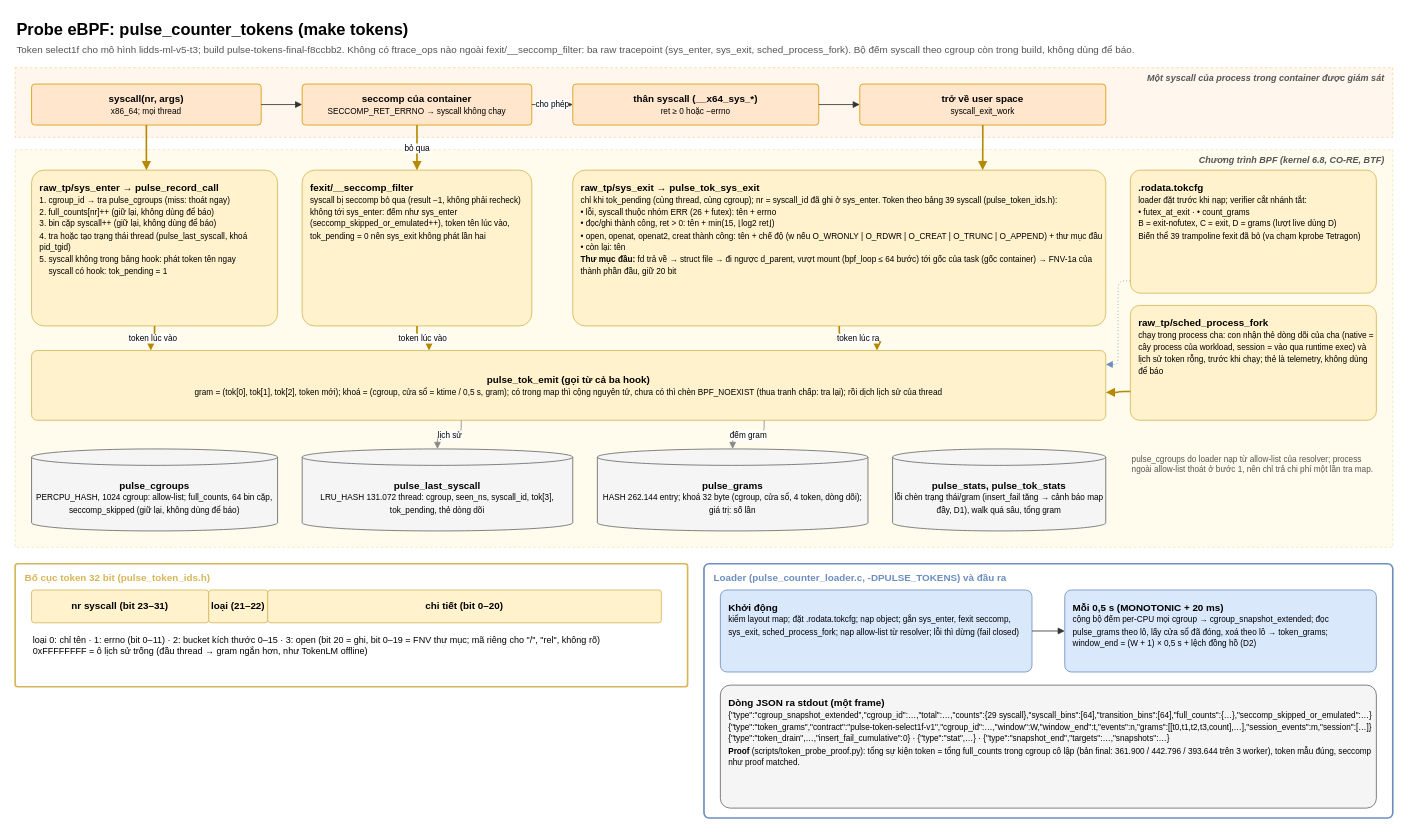
Before: page "2. Probe eBPF trong kernel" (2 of 5) of docs/architecture/sentinel-pulse-architecture.drawio in tndat-dev/eBPF-project, a draw.io diagram. Source tidied: cells renumbered, new cells numbered last; positions are measured from the earlier drawing's top-left corner, leaving out a move shared by most shapes. Both pictures are drawn from the tidied source at 82%, with x=0, y=0 at pixel (15, 14).
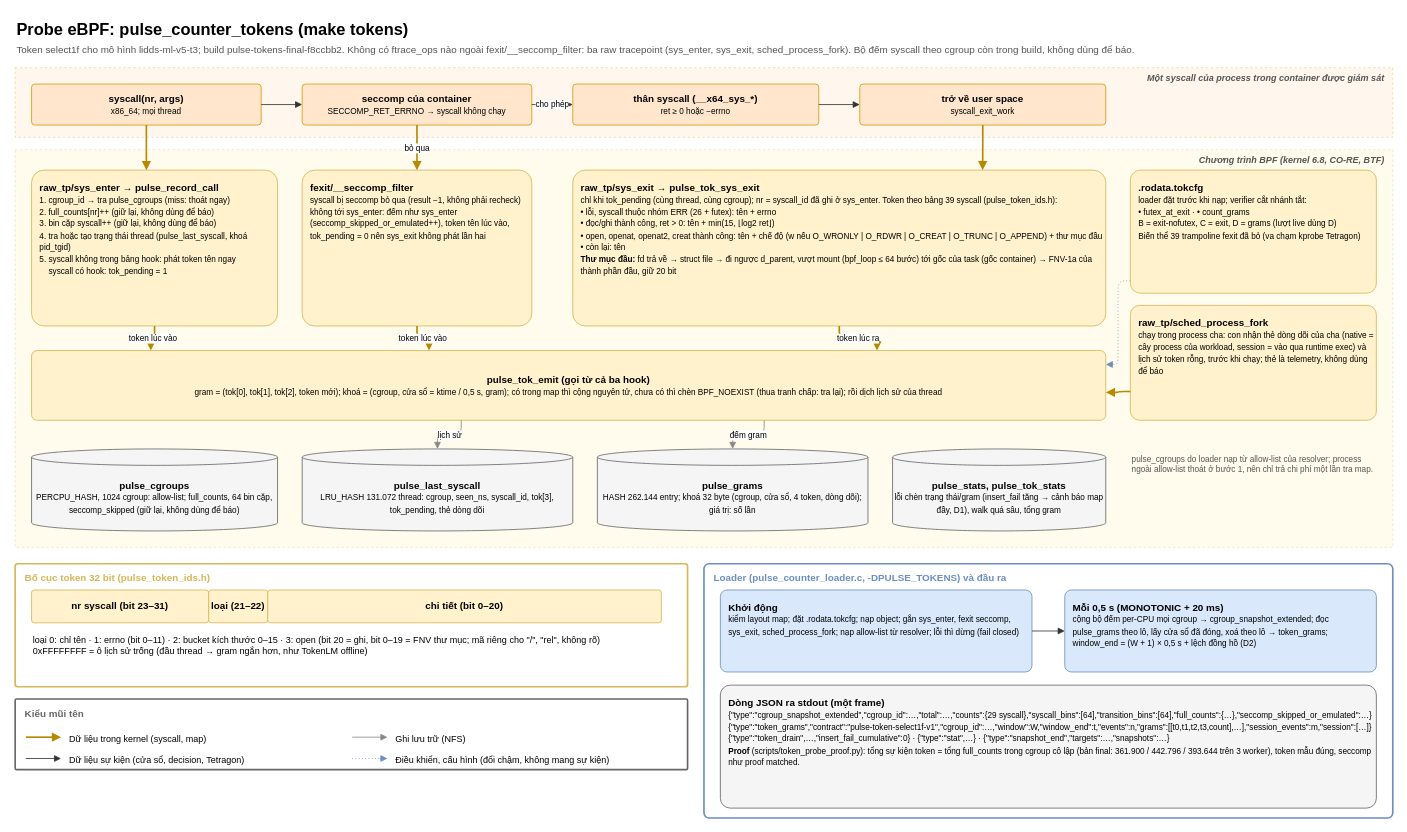
The same page after the edit.

What changed in the source:
```diff
@@
+    <mxCell id="44" value="Kiểu mũi tên" style="rounded=1;whiteSpace=wrap;html=1;fillColor=none;strokeColor=#666666;strokeWidth=2;arcSize=2;verticalAlign=top;align=left;spacingLeft=10;spacingTop=4;fontStyle=1;fontSize=12;fontColor=#666666;" parent="1" vertex="1">
+      <mxGeometry y="835" width="820" height="86" as="geometry" />
+    </mxCell>
+    <mxCell id="45" style="text;html=1;strokeColor=none;fillColor=none;" parent="1" vertex="1">
+      <mxGeometry x="12" y="881" width="1" height="1" as="geometry" />
+    </mxCell>
+    <mxCell id="46" style="text;html=1;strokeColor=none;fillColor=none;" parent="1" vertex="1">
+      <mxGeometry x="56" y="881" width="1" height="1" as="geometry" />
+    </mxCell>
+    <mxCell id="47" style="edgeStyle=orthogonalEdgeStyle;rounded=1;html=1;endArrow=block;endFill=1;fontSize=10;labelBackgroundColor=#FFFFFF;strokeColor=#B58900;strokeWidth=2;" parent="1" edge="1" source="45" target="46">
+      <mxGeometry relative="1" as="geometry" />
+    </mxCell>
+    <mxCell id="48" value="Dữ liệu trong kernel (syscall, map)" style="text;html=1;whiteSpace=wrap;align=left;verticalAlign=top;fontSize=11;" parent="1" vertex="1">
+      <mxGeometry x="64" y="871" width="342" height="22" as="geometry" />
+    </mxCell>
+    <mxCell id="49" style="text;html=1;strokeColor=none;fillColor=none;" parent="1" vertex="1">
+      <mxGeometry x="12" y="907" width="1" height="1" as="geometry" />
+    </mxCell>
+    <mxCell id="50" style="text;html=1;strokeColor=none;fillColor=none;" parent="1" vertex="1">
+      <mxGeometry x="56" y="907" width="1" height="1" as="geometry" />
+    </mxCell>
+    <mxCell id="51" style="edgeStyle=orthogonalEdgeStyle;rounded=1;html=1;endArrow=block;endFill=1;fontSize=10;labelBackgroundColor=#FFFFFF;strokeColor=#333333;" parent="1" edge="1" source="49" target="50">
+      <mxGeometry relative="1" as="geometry" />
+    </mxCell>
+    <mxCell id="52" value="Dữ liệu sự kiện (cửa sổ, decision, Tetragon)" style="text;html=1;whiteSpace=wrap;align=left;verticalAlign=top;fontSize=11;" parent="1" vertex="1">
+      <mxGeometry x="64" y="897" width="342" height="22" as="geometry" />
+    </mxCell>
+    <mxCell id="53" style="text;html=1;strokeColor=none;fillColor=none;" parent="1" vertex="1">
+      <mxGeometry x="410" y="881" width="1" height="1" as="geometry" />
+    </mxCell>
+    <mxCell id="54" style="text;html=1;strokeColor=none;fillColor=none;" parent="1" vertex="1">
+      <mxGeometry x="454" y="881" width="1" height="1" as="geometry" />
+    </mxCell>
+    <mxCell id="55" style="edgeStyle=orthogonalEdgeStyle;rounded=1;html=1;endArrow=block;endFill=1;fontSize=10;labelBackgroundColor=#FFFFFF;strokeColor=#888888;" parent="1" edge="1" source="53" target="54">
+      <mxGeometry relative="1" as="geometry" />
+    </mxCell>
+    <mxCell id="56" value="Ghi lưu trữ (NFS)" style="text;html=1;whiteSpace=wrap;align=left;verticalAlign=top;fontSize=11;" parent="1" vertex="1">
+      <mxGeometry x="462" y="871" width="342" height="22" as="geometry" />
+    </mxCell>
+    <mxCell id="57" style="text;html=1;strokeColor=none;fillColor=none;" parent="1" vertex="1">
+      <mxGeometry x="410" y="907" width="1" height="1" as="geometry" />
+    </mxCell>
+    <mxCell id="58" style="text;html=1;strokeColor=none;fillColor=none;" parent="1" vertex="1">
+      <mxGeometry x="454" y="907" width="1" height="1" as="geometry" />
+    </mxCell>
+    <mxCell id="59" style="edgeStyle=orthogonalEdgeStyle;rounded=1;html=1;endArrow=block;endFill=1;fontSize=10;labelBackgroundColor=#FFFFFF;strokeColor=#6C8EBF;dashed=1;dashPattern=1 3;" parent="1" edge="1" source="57" target="58">
+      <mxGeometry relative="1" as="geometry" />
+    </mxCell>
+    <mxCell id="60" value="Điều khiển, cấu hình (đổi chậm, không mang sự kiện)" style="text;html=1;whiteSpace=wrap;align=left;verticalAlign=top;fontSize=11;" parent="1" vertex="1">
+      <mxGeometry x="462" y="897" width="342" height="22" as="geometry" />
+    </mxCell>
```
